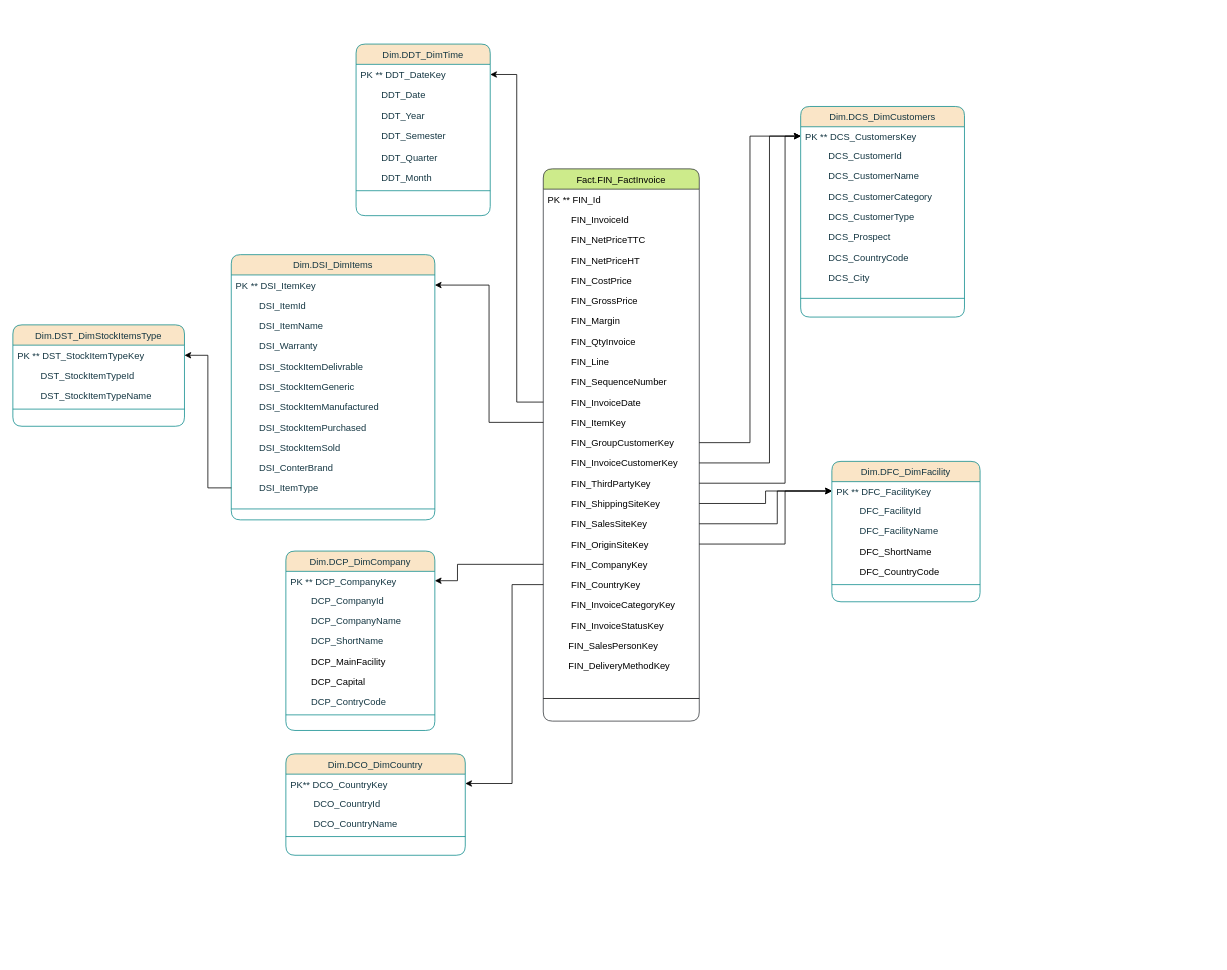
Before: diagramme Invoice.drawio in BorchaniMohamed/BI_PROJECT_PFE, a draw.io diagram. Source tidied: cells renumbered, new cells numbered last; positions are measured from the earlier drawing's top-left corner, leaving out a move shared by most shapes. Both pictures are drawn from the tidied source at 78%, with x=0, y=0 at pixel (12, 44).
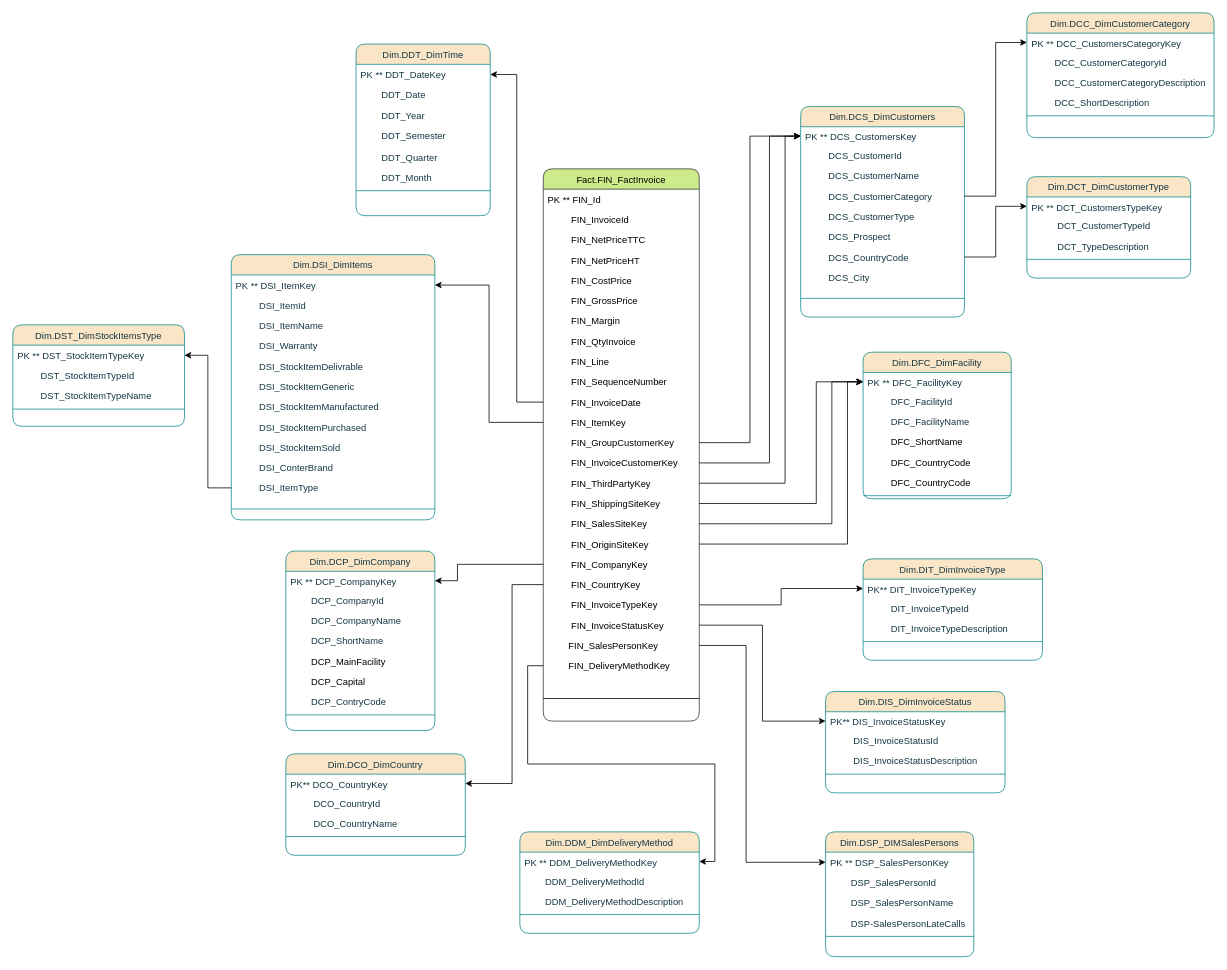
The same diagram, later.

Commit message (it also covers changes not shown here):
Mettre à jour diagramme Invoice.drawio

The change refers to these unchanged cells:
```xml
<mxCell id="2" value="Fact.FIN_FactInvoice" style="swimlane;fontStyle=0;align=center;verticalAlign=top;horizontal=1;startSize=26;rounded=1;shadow=0;strokeWidth=1;fillColor=#cdeb8b;strokeColor=#36393d;" parent="1" vertex="1">
  <mxGeometry x="680" y="160" width="200" height="708" as="geometry" />
</mxCell>
<mxCell id="18" value="         FIN_ShippingSiteKey&#10;  " style="text;align=left;verticalAlign=top;spacingLeft=4;spacingRight=4;overflow=hidden;points=[[0,0.5],[1,0.5]];portConstraint=eastwest;rounded=1;shadow=0;html=0;" parent="2" vertex="1">
  <mxGeometry y="416" width="200" height="26" as="geometry" />
</mxCell>
<mxCell id="19" value="         FIN_SalesSiteKey&#10;  " style="text;align=left;verticalAlign=top;spacingLeft=4;spacingRight=4;overflow=hidden;points=[[0,0.5],[1,0.5]];portConstraint=eastwest;rounded=1;shadow=0;html=0;" parent="2" vertex="1">
  <mxGeometry y="442" width="200" height="26" as="geometry" />
</mxCell>
<mxCell id="20" value="         FIN_OriginSiteKey&#10;  " style="text;align=left;verticalAlign=top;spacingLeft=4;spacingRight=4;overflow=hidden;points=[[0,0.5],[1,0.5]];portConstraint=eastwest;rounded=1;shadow=0;html=0;" parent="2" vertex="1">
  <mxGeometry y="468" width="200" height="26" as="geometry" />
</mxCell>
<mxCell id="24" value="         FIN_InvoiceStatusKey  " style="text;align=left;verticalAlign=top;spacingLeft=4;spacingRight=4;overflow=hidden;points=[[0,0.5],[1,0.5]];portConstraint=eastwest;rounded=1;shadow=0;html=0;" parent="2" vertex="1">
  <mxGeometry y="572" width="200" height="26" as="geometry" />
</mxCell>
<mxCell id="25" value="        FIN_SalesPersonKey" style="text;align=left;verticalAlign=top;spacingLeft=4;spacingRight=4;overflow=hidden;points=[[0,0.5],[1,0.5]];portConstraint=eastwest;rounded=1;shadow=0;html=0;" parent="2" vertex="1">
  <mxGeometry y="598" width="200" height="26" as="geometry" />
</mxCell>
<mxCell id="26" value="        FIN_DeliveryMethodKey" style="text;align=left;verticalAlign=top;spacingLeft=4;spacingRight=4;overflow=hidden;points=[[0,0.5],[1,0.5]];portConstraint=eastwest;rounded=1;shadow=0;html=0;" parent="2" vertex="1">
  <mxGeometry y="624" width="200" height="26" as="geometry" />
</mxCell>
<mxCell id="61" value="         DCS_CustomerCategory" style="text;align=left;verticalAlign=top;spacingLeft=4;spacingRight=4;overflow=hidden;points=[[0,0.5],[1,0.5]];portConstraint=eastwest;labelBackgroundColor=none;fontColor=#143642;rounded=1;" parent="57" vertex="1">
  <mxGeometry y="102" width="210" height="26" as="geometry" />
</mxCell>
<mxCell id="64" value="         DCS_CountryCode" style="text;align=left;verticalAlign=top;spacingLeft=4;spacingRight=4;overflow=hidden;points=[[0,0.5],[1,0.5]];portConstraint=eastwest;labelBackgroundColor=none;fontColor=#143642;rounded=1;" parent="57" vertex="1">
  <mxGeometry y="180" width="210" height="26" as="geometry" />
</mxCell>
<mxCell id="71" value="PK ** DFC_FacilityKey" style="text;align=left;verticalAlign=top;spacingLeft=4;spacingRight=4;overflow=hidden;points=[[0,0.5],[1,0.5]];portConstraint=eastwest;labelBackgroundColor=none;fontColor=#143642;rounded=1;" parent="70" vertex="1">
  <mxGeometry y="26" width="190" height="24" as="geometry" />
</mxCell>
```

The edit, as a diff of the source:
```diff
@@
-    <mxCell id="23" value="         FIN_InvoiceCategoryKey  " style="text;align=left;verticalAlign=top;spacingLeft=4;spacingRight=4;overflow=hidden;points=[[0,0.5],[1,0.5]];portConstraint=eastwest;rounded=1;shadow=0;html=0;" parent="2" vertex="1">
+    <mxCell id="23" value="         FIN_InvoiceTypeKey  " style="text;align=left;verticalAlign=top;spacingLeft=4;spacingRight=4;overflow=hidden;points=[[0,0.5],[1,0.5]];portConstraint=eastwest;rounded=1;shadow=0;html=0;" parent="2" vertex="1">
       <mxGeometry y="546" width="200" height="26" as="geometry" />
     </mxCell>
@@
     <mxCell id="70" value="Dim.DFC_DimFacility" style="swimlane;fontStyle=0;align=center;verticalAlign=top;horizontal=1;startSize=26;rounded=1;shadow=0;strokeWidth=1;fillColor=#FAE5C7;strokeColor=#0F8B8D;labelBackgroundColor=none;fontColor=#143642;" parent="1" vertex="1">
-      <mxGeometry x="1050" y="535" width="190" height="180" as="geometry" />
+      <mxGeometry x="1090" y="395" width="190" height="188" as="geometry" />
     </mxCell>
@@
+    <mxCell id="96" value="         DFC_CountryCode" style="text;align=left;verticalAlign=top;spacingLeft=4;spacingRight=4;overflow=hidden;labelBackgroundColor=none;rounded=1;" parent="70" vertex="1">
+      <mxGeometry y="128" width="190" height="26" as="geometry" />
+    </mxCell>
     <mxCell id="75" value="         DFC_CountryCode" style="text;align=left;verticalAlign=top;spacingLeft=4;spacingRight=4;overflow=hidden;labelBackgroundColor=none;rounded=1;" parent="70" vertex="1">
-      <mxGeometry y="128" width="190" height="26" as="geometry" />
+      <mxGeometry y="154" width="190" height="26" as="geometry" />
     </mxCell>
     <mxCell id="76" style="line;html=1;strokeWidth=1;align=left;verticalAlign=middle;spacingTop=-1;spacingLeft=3;spacingRight=3;labelPosition=right;labelBackgroundColor=none;fillColor=#FAE5C7;strokeColor=#0F8B8D;fontColor=#143642;rounded=1;" parent="70" vertex="1">
-      <mxGeometry y="154" width="190" height="8" as="geometry" />
+      <mxGeometry y="180" width="190" height="8" as="geometry" />
     </mxCell>
     <mxCell id="77" style="edgeStyle=orthogonalEdgeStyle;rounded=0;jettySize=auto;html=1;" parent="1" edge="1" source="18" target="71">
-      <mxGeometry relative="1" as="geometry" />
+      <mxGeometry relative="1" as="geometry">
+        <Array as="points">
+          <mxPoint x="1030" y="589" />
+          <mxPoint x="1030" y="433" />
+        </Array>
+      </mxGeometry>
     </mxCell>
     <mxCell id="78" style="edgeStyle=orthogonalEdgeStyle;rounded=0;jettySize=auto;html=1;" parent="1" edge="1" source="19" target="71">
       <mxGeometry relative="1" as="geometry">
         <Array as="points">
-          <mxPoint x="980" y="615" />
-          <mxPoint x="980" y="573" />
+          <mxPoint x="1050" y="615" />
+          <mxPoint x="1050" y="433" />
         </Array>
       </mxGeometry>
     </mxCell>
     <mxCell id="79" style="edgeStyle=orthogonalEdgeStyle;rounded=0;jettySize=auto;html=1;entryX=0;entryY=0.5;entryDx=0;entryDy=0;" parent="1" edge="1" source="20" target="71">
       <mxGeometry relative="1" as="geometry">
         <Array as="points">
-          <mxPoint x="990" y="641" />
-          <mxPoint x="990" y="573" />
+          <mxPoint x="1070" y="641" />
+          <mxPoint x="1070" y="433" />
         </Array>
       </mxGeometry>
     </mxCell>
@@
+    <mxCell id="97" value="Dim.DIT_DimInvoiceType" style="swimlane;fontStyle=0;align=center;verticalAlign=top;horizontal=1;startSize=26;rounded=1;shadow=0;strokeWidth=1;fillColor=#FAE5C7;strokeColor=#0F8B8D;labelBackgroundColor=none;fontColor=#143642;" parent="1" vertex="1">
+      <mxGeometry x="1090" y="660" width="230" height="130" as="geometry" />
+    </mxCell>
+    <mxCell id="98" value="PK** DIT_InvoiceTypeKey&#10; " style="text;align=left;verticalAlign=top;spacingLeft=4;spacingRight=4;overflow=hidden;points=[[0,0.5],[1,0.5]];portConstraint=eastwest;labelBackgroundColor=none;fontColor=#143642;rounded=1;" parent="97" vertex="1">
+      <mxGeometry y="26" width="230" height="24" as="geometry" />
+    </mxCell>
+    <mxCell id="99" value="         DIT_InvoiceTypeId" style="text;align=left;verticalAlign=top;spacingLeft=4;spacingRight=4;overflow=hidden;labelBackgroundColor=none;fontColor=#143642;rounded=1;" parent="97" vertex="1">
+      <mxGeometry y="50" width="230" height="26" as="geometry" />
+    </mxCell>
+    <mxCell id="100" value="         DIT_InvoiceTypeDescription" style="text;align=left;verticalAlign=top;spacingLeft=4;spacingRight=4;overflow=hidden;labelBackgroundColor=none;fontColor=#143642;rounded=1;" parent="97" vertex="1">
+      <mxGeometry y="76" width="230" height="26" as="geometry" />
+    </mxCell>
+    <mxCell id="101" style="line;html=1;strokeWidth=1;align=left;verticalAlign=middle;spacingTop=-1;spacingLeft=3;spacingRight=3;labelPosition=right;labelBackgroundColor=none;fillColor=#FAE5C7;strokeColor=#0F8B8D;fontColor=#143642;rounded=1;" parent="97" vertex="1">
+      <mxGeometry y="102" width="230" height="8" as="geometry" />
+    </mxCell>
+    <mxCell id="102" style="edgeStyle=orthogonalEdgeStyle;rounded=0;jettySize=auto;html=1;" parent="1" edge="1" source="23" target="98">
+      <mxGeometry relative="1" as="geometry" />
+    </mxCell>
+    <mxCell id="103" value="Dim.DIS_DimInvoiceStatus" style="swimlane;fontStyle=0;align=center;verticalAlign=top;horizontal=1;startSize=26;rounded=1;shadow=0;strokeWidth=1;fillColor=#FAE5C7;strokeColor=#0F8B8D;labelBackgroundColor=none;fontColor=#143642;" parent="1" vertex="1">
+      <mxGeometry x="1042" y="830" width="230" height="130" as="geometry" />
+    </mxCell>
+    <mxCell id="104" value="PK** DIS_InvoiceStatusKey&#10; " style="text;align=left;verticalAlign=top;spacingLeft=4;spacingRight=4;overflow=hidden;points=[[0,0.5],[1,0.5]];portConstraint=eastwest;labelBackgroundColor=none;fontColor=#143642;rounded=1;" parent="103" vertex="1">
+      <mxGeometry y="26" width="230" height="24" as="geometry" />
+    </mxCell>
+    <mxCell id="105" value="         DIS_InvoiceStatusId" style="text;align=left;verticalAlign=top;spacingLeft=4;spacingRight=4;overflow=hidden;labelBackgroundColor=none;fontColor=#143642;rounded=1;" parent="103" vertex="1">
+      <mxGeometry y="50" width="230" height="26" as="geometry" />
+    </mxCell>
+    <mxCell id="106" value="         DIS_InvoiceStatusDescription" style="text;align=left;verticalAlign=top;spacingLeft=4;spacingRight=4;overflow=hidden;labelBackgroundColor=none;fontColor=#143642;rounded=1;" parent="103" vertex="1">
+      <mxGeometry y="76" width="230" height="26" as="geometry" />
+    </mxCell>
+    <mxCell id="107" style="line;html=1;strokeWidth=1;align=left;verticalAlign=middle;spacingTop=-1;spacingLeft=3;spacingRight=3;labelPosition=right;labelBackgroundColor=none;fillColor=#FAE5C7;strokeColor=#0F8B8D;fontColor=#143642;rounded=1;" parent="103" vertex="1">
+      <mxGeometry y="102" width="230" height="8" as="geometry" />
+    </mxCell>
+    <mxCell id="108" style="edgeStyle=orthogonalEdgeStyle;rounded=0;jettySize=auto;html=1;" parent="1" edge="1" source="24" target="104">
+      <mxGeometry relative="1" as="geometry" />
+    </mxCell>
+    <mxCell id="109" value="Dim.DSP_DIMSalesPersons" style="swimlane;fontStyle=0;align=center;verticalAlign=top;horizontal=1;startSize=26;rounded=1;shadow=0;strokeWidth=1;fillColor=#FAE5C7;strokeColor=#0F8B8D;labelBackgroundColor=none;fontColor=#143642;" parent="1" vertex="1">
+      <mxGeometry x="1042" y="1010" width="190" height="160" as="geometry" />
+    </mxCell>
+    <mxCell id="110" value="PK ** DSP_SalesPersonKey" style="text;align=left;verticalAlign=top;spacingLeft=4;spacingRight=4;overflow=hidden;points=[[0,0.5],[1,0.5]];portConstraint=eastwest;labelBackgroundColor=none;fontColor=#143642;rounded=1;" parent="109" vertex="1">
+      <mxGeometry y="26" width="190" height="26" as="geometry" />
+    </mxCell>
+    <mxCell id="111" value="        DSP_SalesPersonId" style="text;align=left;verticalAlign=top;spacingLeft=4;spacingRight=4;overflow=hidden;labelBackgroundColor=none;fontColor=#143642;rounded=1;" parent="109" vertex="1">
+      <mxGeometry y="52" width="190" height="26" as="geometry" />
+    </mxCell>
+    <mxCell id="112" value="        DSP_SalesPersonName" style="text;align=left;verticalAlign=top;spacingLeft=4;spacingRight=4;overflow=hidden;labelBackgroundColor=none;fontColor=#143642;rounded=1;" parent="109" vertex="1">
+      <mxGeometry y="78" width="190" height="26" as="geometry" />
+    </mxCell>
+    <mxCell id="113" value="        DSP-SalesPersonLateCalls" style="text;align=left;verticalAlign=top;spacingLeft=4;spacingRight=4;overflow=hidden;rounded=1;shadow=0;html=0;labelBackgroundColor=none;fontColor=#143642;" parent="109" vertex="1">
+      <mxGeometry y="104" width="190" height="26" as="geometry" />
+    </mxCell>
+    <mxCell id="114" style="line;html=1;strokeWidth=1;align=left;verticalAlign=middle;spacingTop=-1;spacingLeft=3;spacingRight=3;labelPosition=right;labelBackgroundColor=none;fillColor=#FAE5C7;strokeColor=#0F8B8D;fontColor=#143642;rounded=1;" parent="109" vertex="1">
+      <mxGeometry y="130" width="190" height="8" as="geometry" />
+    </mxCell>
+    <mxCell id="115" style="edgeStyle=orthogonalEdgeStyle;rounded=0;jettySize=auto;html=1;" parent="1" edge="1" source="25" target="110">
+      <mxGeometry relative="1" as="geometry">
+        <Array as="points">
+          <mxPoint x="940" y="771" />
+          <mxPoint x="940" y="1049" />
+        </Array>
+      </mxGeometry>
+    </mxCell>
+    <mxCell id="116" value="Dim.DDM_DimDeliveryMethod" style="swimlane;fontStyle=0;align=center;verticalAlign=top;horizontal=1;startSize=26;rounded=1;shadow=0;strokeWidth=1;fillColor=#FAE5C7;strokeColor=#0F8B8D;labelBackgroundColor=none;fontColor=#143642;" parent="1" vertex="1">
+      <mxGeometry x="650" y="1010" width="230" height="130" as="geometry" />
+    </mxCell>
+    <mxCell id="117" value="PK ** DDM_DeliveryMethodKey" style="text;align=left;verticalAlign=top;spacingLeft=4;spacingRight=4;overflow=hidden;points=[[0,0.5],[1,0.5]];portConstraint=eastwest;labelBackgroundColor=none;fontColor=#143642;rounded=1;" parent="116" vertex="1">
+      <mxGeometry y="26" width="230" height="24" as="geometry" />
+    </mxCell>
+    <mxCell id="118" value="        DDM_DeliveryMethodId" style="text;align=left;verticalAlign=top;spacingLeft=4;spacingRight=4;overflow=hidden;labelBackgroundColor=none;fontColor=#143642;rounded=1;" parent="116" vertex="1">
+      <mxGeometry y="50" width="230" height="26" as="geometry" />
+    </mxCell>
+    <mxCell id="119" value="        DDM_DeliveryMethodDescription" style="text;align=left;verticalAlign=top;spacingLeft=4;spacingRight=4;overflow=hidden;labelBackgroundColor=none;fontColor=#143642;rounded=1;" parent="116" vertex="1">
+      <mxGeometry y="76" width="230" height="26" as="geometry" />
+    </mxCell>
+    <mxCell id="120" style="line;html=1;strokeWidth=1;align=left;verticalAlign=middle;spacingTop=-1;spacingLeft=3;spacingRight=3;labelPosition=right;labelBackgroundColor=none;fillColor=#FAE5C7;strokeColor=#0F8B8D;fontColor=#143642;rounded=1;" parent="116" vertex="1">
+      <mxGeometry y="102" width="230" height="8" as="geometry" />
+    </mxCell>
+    <mxCell id="121" style="edgeStyle=orthogonalEdgeStyle;rounded=0;jettySize=auto;html=1;" parent="1" edge="1" source="26" target="117">
+      <mxGeometry relative="1" as="geometry" />
+    </mxCell>
+    <mxCell id="122" value="Dim.DCC_DimCustomerCategory" style="swimlane;fontStyle=0;align=center;verticalAlign=top;horizontal=1;startSize=26;rounded=1;shadow=0;strokeWidth=1;fillColor=#FAE5C7;strokeColor=#0F8B8D;labelBackgroundColor=none;fontColor=#143642;" parent="1" vertex="1">
+      <mxGeometry x="1300" y="-40" width="240" height="160" as="geometry" />
+    </mxCell>
+    <mxCell id="123" value="PK ** DCC_CustomersCategoryKey" style="text;align=left;verticalAlign=top;spacingLeft=4;spacingRight=4;overflow=hidden;points=[[0,0.5],[1,0.5]];portConstraint=eastwest;labelBackgroundColor=none;fontColor=#143642;rounded=1;" parent="122" vertex="1">
+      <mxGeometry y="26" width="240" height="24" as="geometry" />
+    </mxCell>
+    <mxCell id="124" value="         DCC_CustomerCategoryId" style="text;align=left;verticalAlign=top;spacingLeft=4;spacingRight=4;overflow=hidden;labelBackgroundColor=none;fontColor=#143642;rounded=1;" parent="122" vertex="1">
+      <mxGeometry y="50" width="240" height="26" as="geometry" />
+    </mxCell>
+    <mxCell id="125" value="         DCC_CustomerCategoryDescription" style="text;align=left;verticalAlign=top;spacingLeft=4;spacingRight=4;overflow=hidden;labelBackgroundColor=none;fontColor=#143642;rounded=1;" parent="122" vertex="1">
+      <mxGeometry y="76" width="240" height="26" as="geometry" />
+    </mxCell>
+    <mxCell id="126" value="         DCC_ShortDescription" style="text;align=left;verticalAlign=top;spacingLeft=4;spacingRight=4;overflow=hidden;labelBackgroundColor=none;fontColor=#143642;rounded=1;" parent="122" vertex="1">
+      <mxGeometry y="102" width="240" height="26" as="geometry" />
+    </mxCell>
+    <mxCell id="127" style="line;html=1;strokeWidth=1;align=left;verticalAlign=middle;spacingTop=-1;spacingLeft=3;spacingRight=3;labelPosition=right;labelBackgroundColor=none;fillColor=#FAE5C7;strokeColor=#0F8B8D;fontColor=#143642;rounded=1;" parent="122" vertex="1">
+      <mxGeometry y="128" width="240" height="8" as="geometry" />
+    </mxCell>
+    <mxCell id="128" style="edgeStyle=orthogonalEdgeStyle;rounded=0;jettySize=auto;html=1;entryX=0;entryY=0.5;entryDx=0;entryDy=0;" parent="1" edge="1" source="61" target="123">
+      <mxGeometry relative="1" as="geometry" />
+    </mxCell>
+    <mxCell id="129" value="Dim.DCT_DimCustomerType" style="swimlane;fontStyle=0;align=center;verticalAlign=top;horizontal=1;startSize=26;rounded=1;shadow=0;strokeWidth=1;fillColor=#FAE5C7;strokeColor=#0F8B8D;labelBackgroundColor=none;fontColor=#143642;" parent="1" vertex="1">
+      <mxGeometry x="1300" y="170" width="210" height="130" as="geometry" />
+    </mxCell>
+    <mxCell id="130" value="PK ** DCT_CustomersTypeKey" style="text;align=left;verticalAlign=top;spacingLeft=4;spacingRight=4;overflow=hidden;points=[[0,0.5],[1,0.5]];portConstraint=eastwest;labelBackgroundColor=none;fontColor=#143642;rounded=1;" parent="129" vertex="1">
+      <mxGeometry y="26" width="210" height="24" as="geometry" />
+    </mxCell>
+    <mxCell id="131" value="          DCT_CustomerTypeId" style="text;align=left;verticalAlign=top;spacingLeft=4;spacingRight=4;overflow=hidden;labelBackgroundColor=none;fontColor=#143642;rounded=1;" parent="129" vertex="1">
+      <mxGeometry y="50" width="210" height="26" as="geometry" />
+    </mxCell>
+    <mxCell id="132" value="          DCT_TypeDescription" style="text;align=left;verticalAlign=top;spacingLeft=4;spacingRight=4;overflow=hidden;labelBackgroundColor=none;fontColor=#143642;rounded=1;" parent="129" vertex="1">
+      <mxGeometry y="76" width="210" height="26" as="geometry" />
+    </mxCell>
+    <mxCell id="133" style="line;html=1;strokeWidth=1;align=left;verticalAlign=middle;spacingTop=-1;spacingLeft=3;spacingRight=3;labelPosition=right;labelBackgroundColor=none;fillColor=#FAE5C7;strokeColor=#0F8B8D;fontColor=#143642;rounded=1;" parent="129" vertex="1">
+      <mxGeometry y="102" width="210" height="8" as="geometry" />
+    </mxCell>
+    <mxCell id="134" style="edgeStyle=orthogonalEdgeStyle;rounded=0;jettySize=auto;html=1;" parent="1" edge="1" source="64" target="130">
+      <mxGeometry relative="1" as="geometry" />
+    </mxCell>
```
